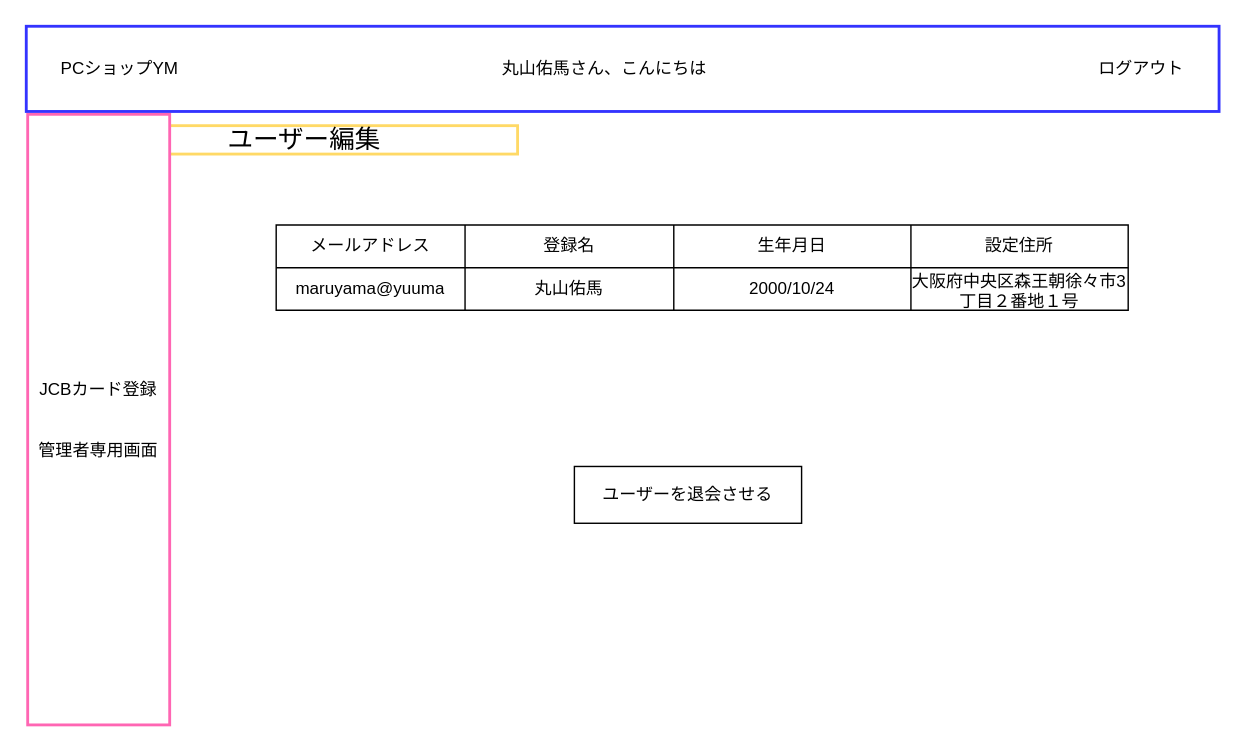
Above: page "ユーザ編集画面" (13 of 25) of src/main/resources/templates/shopping/Untitled Diagram.drawio in YumaMaruyama/ITworksTRYshopping (draw.io), before the change. Source tidied: cells renumbered, new cells numbered last; positions are measured from the earlier drawing's top-left corner, leaving out a move shared by most shapes. Both pictures are drawn from the tidied source at 142%, with x=0, y=0 at pixel (26, 26).
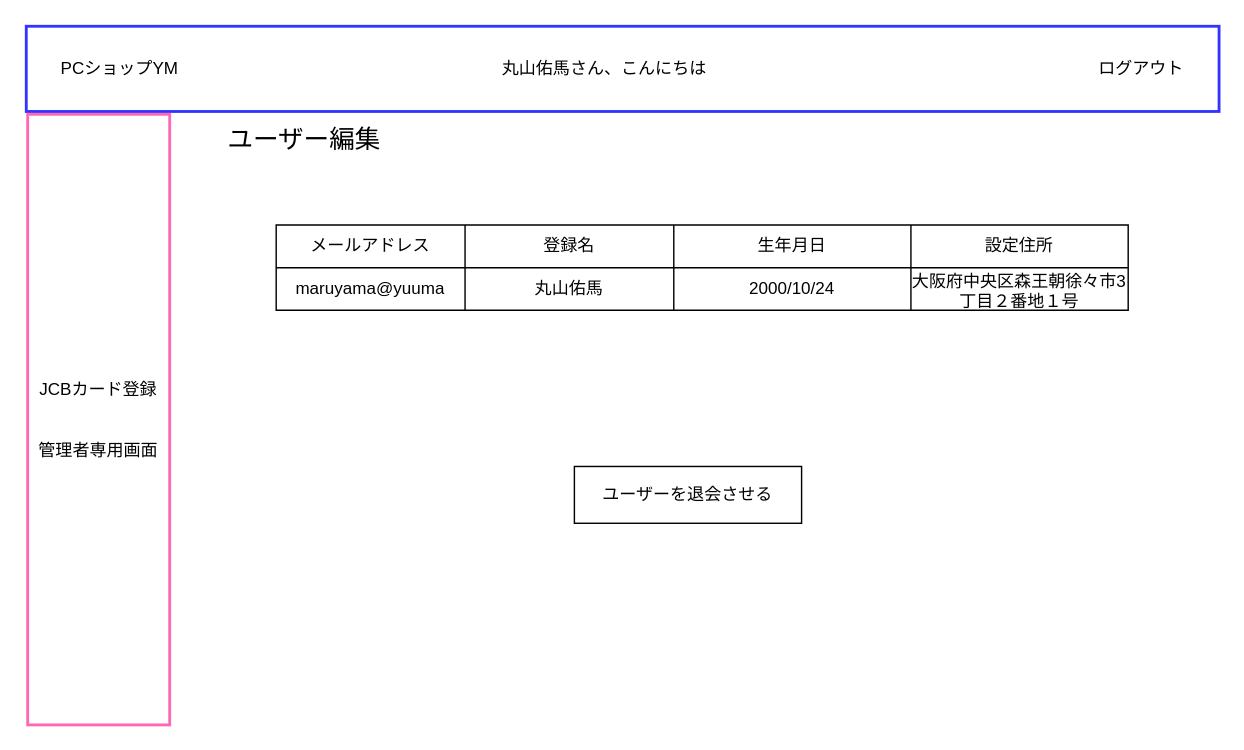
After the change.

What changed in the source:
```diff
@@
 <mxGraphModel>
   <root>
     <mxCell id="0" />
     <mxCell id="1" parent="0" />
     <mxCell id="2" style="shape=table;startSize=0;childLayout=tableLayout;" parent="1" vertex="1">
       <mxGeometry x="176" y="140" width="600" height="60" as="geometry" />
     </mxCell>
     <mxCell id="3" style="shape=partialRectangle;fillColor=none;top=0;left=0;bottom=0;right=0;" parent="2" vertex="1">
       <mxGeometry width="600" height="30" as="geometry" />
     </mxCell>
     <mxCell id="4" value="メールアドレス" style="shape=partialRectangle;html=1;whiteSpace=wrap;overflow=hidden;fillColor=none;top=0;left=0;bottom=0;right=0;" parent="3" vertex="1">
       <mxGeometry width="133" height="30" as="geometry" />
     </mxCell>
     <mxCell id="5" value="登録名" style="shape=partialRectangle;html=1;whiteSpace=wrap;overflow=hidden;fillColor=none;top=0;left=0;bottom=0;right=0;" parent="3" vertex="1">
       <mxGeometry x="133" width="147" height="30" as="geometry" />
     </mxCell>
     <mxCell id="6" value="生年月日" style="shape=partialRectangle;html=1;whiteSpace=wrap;overflow=hidden;fillColor=none;top=0;left=0;bottom=0;right=0;" parent="3" vertex="1">
       <mxGeometry x="280" width="167" height="30" as="geometry" />
     </mxCell>
     <mxCell id="7" value="設定住所" style="shape=partialRectangle;html=1;whiteSpace=wrap;overflow=hidden;fillColor=none;top=0;left=0;bottom=0;right=0;" parent="3" vertex="1">
       <mxGeometry x="447" width="153" height="30" as="geometry" />
     </mxCell>
     <mxCell id="8" style="shape=partialRectangle;fillColor=none;top=0;left=0;bottom=0;right=0;" parent="2" vertex="1">
       <mxGeometry y="30" width="600" height="30" as="geometry" />
     </mxCell>
     <mxCell id="9" value="maruyama@yuuma" style="shape=partialRectangle;html=1;whiteSpace=wrap;overflow=hidden;fillColor=none;top=0;left=0;bottom=0;right=0;" parent="8" vertex="1">
       <mxGeometry width="133" height="30" as="geometry" />
     </mxCell>
     <mxCell id="10" value="丸山佑馬" style="shape=partialRectangle;html=1;whiteSpace=wrap;overflow=hidden;fillColor=none;top=0;left=0;bottom=0;right=0;" parent="8" vertex="1">
       <mxGeometry x="133" width="147" height="30" as="geometry" />
     </mxCell>
     <mxCell id="11" value="2000/10/24" style="shape=partialRectangle;html=1;whiteSpace=wrap;overflow=hidden;fillColor=none;top=0;left=0;bottom=0;right=0;" parent="8" vertex="1">
       <mxGeometry x="280" width="167" height="30" as="geometry" />
     </mxCell>
     <mxCell id="12" value="大阪府中央区森王朝徐々市3丁目２番地１号" style="shape=partialRectangle;html=1;whiteSpace=wrap;overflow=hidden;fillColor=none;top=0;left=0;bottom=0;right=0;" parent="8" vertex="1">
       <mxGeometry x="447" width="153" height="30" as="geometry" />
     </mxCell>
-    <mxCell id="13" value="&lt;span style=&quot;font-size: 18px&quot;&gt;ユーザー編集&lt;/span&gt;" style="text;html=1;fillColor=none;align=center;verticalAlign=middle;whiteSpace=wrap;rounded=0;strokeColor=#FFD966;strokeWidth=2;" parent="1" vertex="1">
+    <mxCell id="13" value="&lt;span style=&quot;font-size: 18px&quot;&gt;ユーザー編集&lt;/span&gt;" style="text;html=1;fillColor=none;align=center;verticalAlign=middle;whiteSpace=wrap;rounded=0;strokeWidth=2;" parent="1" vertex="1">
       <mxGeometry x="46" y="70" width="300" height="20" as="geometry" />
     </mxCell>
     <mxCell id="14" value="ユーザーを退会させる" style="rounded=0;whiteSpace=wrap;html=1;" parent="1" vertex="1">
       <mxGeometry x="386" y="310" width="160" height="40" as="geometry" />
     </mxCell>
     <mxCell id="15" value="JCBカード登録&lt;br&gt;&lt;br&gt;&lt;br&gt;管理者専用画面" style="rounded=0;whiteSpace=wrap;html=1;direction=south;align=center;strokeWidth=2;strokeColor=#FF66B3;" parent="1" vertex="1">
       <mxGeometry x="1" y="62" width="100" height="430" as="geometry" />
     </mxCell>
     <mxCell id="16" value="PCショップYM　　　　　　　　　　　　　　　　　　　丸山佑馬さん、こんにちは　　　　　　　　　　　　　　　　　　　　　　　ログアウト" style="rounded=0;whiteSpace=wrap;html=1;strokeWidth=2;strokeColor=#3333FF;" parent="1" vertex="1">
       <mxGeometry width="840" height="60" as="geometry" />
     </mxCell>
   </root>
 </mxGraphModel>
```
